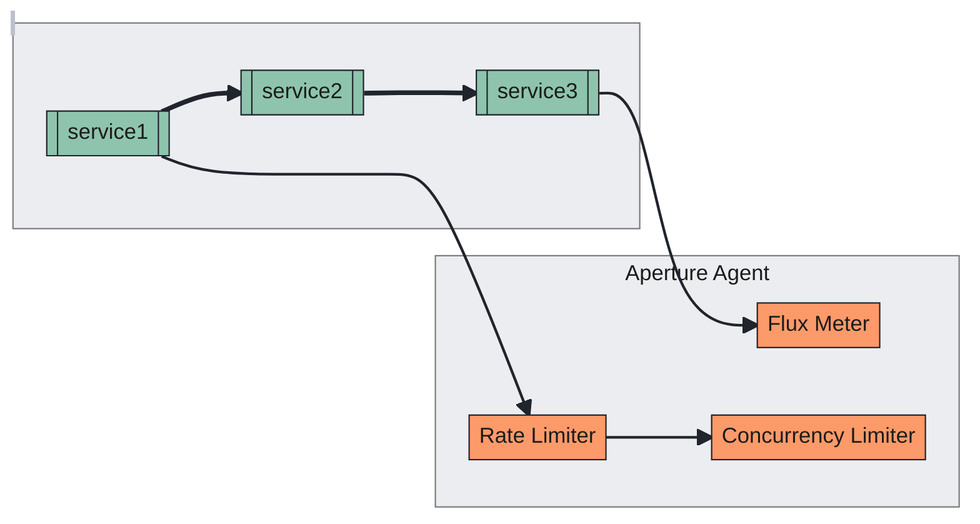
Earlier version of the Mermaid export docs/content/get-started/assets/playground/playground-app.mmd.png (fluxninja/aperture). Its source is kept beside it as docs/content/get-started/assets/playground/playground-app.mmd. The source it was exported from:
```mermaid
flowchart LR
  subgraph sg1 [ ]
    direction LR
    s1[[service1]]
    s2[[service2]]
    s3[[service3]]
    s1 ==> s2 ==> s3
  end
  subgraph agent1 [Aperture Agent]
    direction TB
    f1[Flux Meter]
    s3 --> f1
    r1[Rate Limiter]
    c1[Concurrency Limiter]
    s1 --> r1 --> c1
  end
```
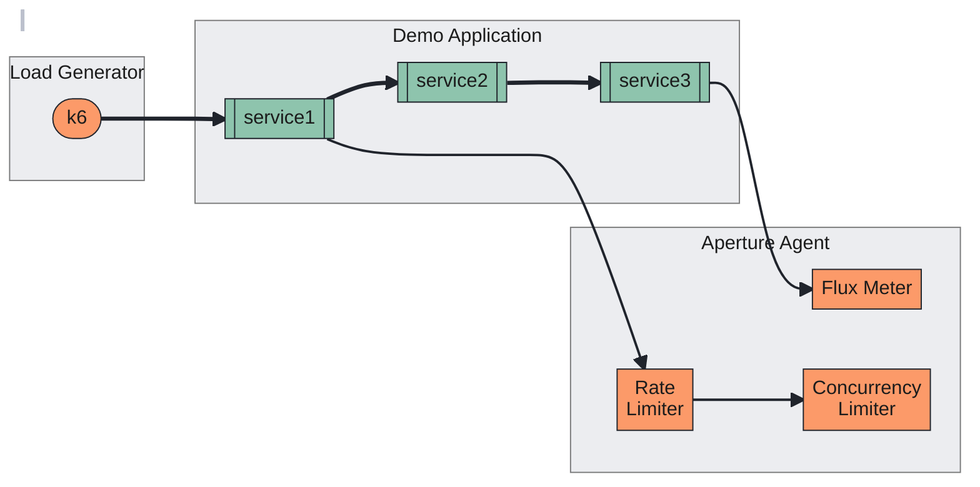
After the change.

Change to the diagram source:
```diff
@@ -1,16 +1,21 @@
 flowchart LR
-  subgraph sg1 [ ]
+  subgraph loadgen [Load Generator]
+    direction LR
+    k6([k6])
+  end
+  subgraph demoapp [Demo Application]
     direction LR
     s1[[service1]]
     s2[[service2]]
     s3[[service3]]
     s1 ==> s2 ==> s3
   end
-  subgraph agent1 [Aperture Agent]
+  subgraph agent [Aperture Agent]
     direction TB
     f1[Flux Meter]
-    s3 --> f1
-    r1[Rate Limiter]
-    c1[Concurrency Limiter]
-    s1 --> r1 --> c1
+    r1[Rate</br>Limiter]
+    c1[Concurrency</br>Limiter]
   end
+  k6 ==> s1
+  s3 --> f1
+  s1 --> r1 --> c1
```
